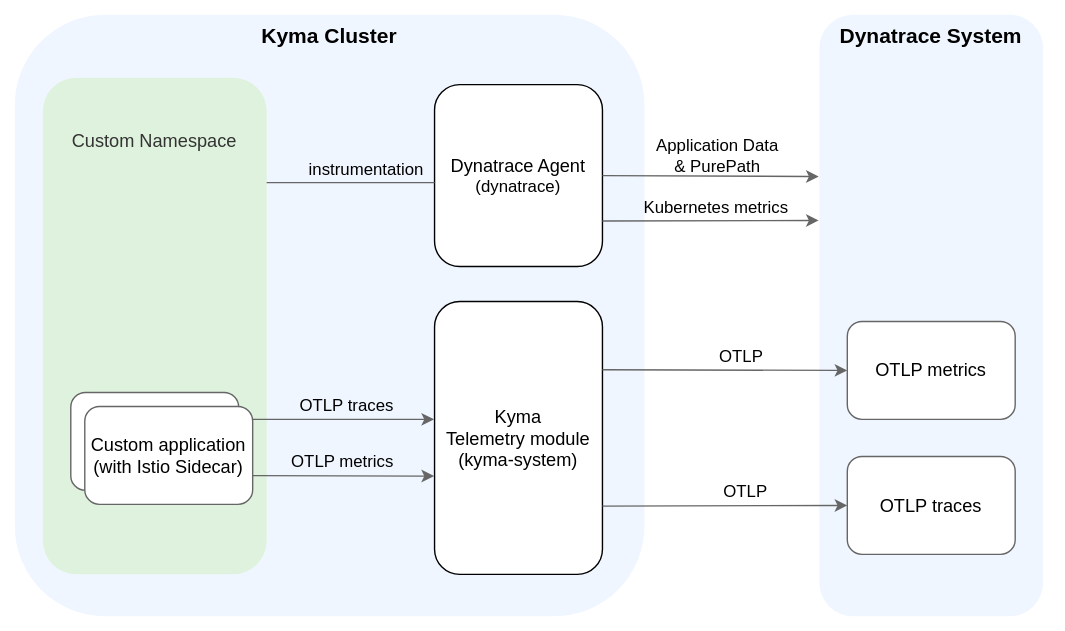
This is docs/user/integration/assets/dynatrace.drawio.svg from kyma-project/telemetry-manager, a draw.io export, as it was before one commit. Source tidied: cells renumbered, new cells last; positions are measured from the earlier drawing's top-left corner, leaving out a move shared by most shapes. Source of this version:
```xml
<mxGraphModel background="#FFFFFF">
  <root>
    <mxCell id="0" />
    <mxCell id="1" parent="0" />
    <mxCell id="2" style="rounded=0;whiteSpace=wrap;html=1;strokeColor=none;" parent="1" vertex="1">
      <mxGeometry width="760" height="450" as="geometry" />
    </mxCell>
    <mxCell id="3" value="&lt;b&gt;&lt;font style=&quot;font-size: 15px;&quot;&gt;Kyma Cluster&lt;br&gt;&lt;/font&gt;&lt;/b&gt;" style="rounded=1;whiteSpace=wrap;html=1;fillColor=#F0F6FF;strokeColor=none;verticalAlign=top;" parent="1" vertex="1">
      <mxGeometry x="10" y="10" width="450" height="430" as="geometry" />
    </mxCell>
    <mxCell id="4" value="&lt;font style=&quot;font-size: 13px;&quot;&gt;Custom Namespace&lt;br&gt;&lt;br&gt;&lt;br&gt;&lt;br&gt;&lt;br&gt;&lt;br&gt;&lt;br&gt;&lt;br&gt;&lt;br&gt;&lt;br&gt;&lt;br&gt;&lt;br&gt;&lt;br&gt;&lt;br&gt;&lt;br&gt;&lt;br&gt;&lt;br&gt;&lt;br&gt;&lt;/font&gt;" style="rounded=1;whiteSpace=wrap;html=1;fillColor=#DEF2DD;fontColor=#333333;strokeColor=none;" parent="1" vertex="1">
      <mxGeometry x="30" y="55" width="160" height="355" as="geometry" />
    </mxCell>
    <mxCell id="5" value="&lt;font style=&quot;font-size: 13px;&quot;&gt;Kyma &lt;br&gt;Telemetry module&lt;br style=&quot;border-color: var(--border-color);&quot;&gt;(kyma-system)&lt;/font&gt;" style="rounded=1;whiteSpace=wrap;html=1;fillColor=#FFFFFF;strokeColor=default;" parent="1" vertex="1">
      <mxGeometry x="310" y="215" width="120" height="195" as="geometry" />
    </mxCell>
    <mxCell id="6" value="&lt;font style=&quot;font-size: 15px;&quot;&gt;&lt;b&gt;Dynatrace System&lt;br&gt;&lt;/b&gt;&lt;/font&gt;" style="rounded=1;whiteSpace=wrap;html=1;fillColor=#F0F6FF;strokeColor=none;verticalAlign=top;" parent="1" vertex="1">
      <mxGeometry x="585" y="10" width="160" height="430" as="geometry" />
    </mxCell>
    <mxCell id="7" style="edgeStyle=none;rounded=1;jettySize=auto;html=1;exitX=1;exitY=0.25;exitDx=0;exitDy=0;entryX=0;entryY=0.5;entryDx=0;entryDy=0;strokeColor=#666666;" parent="1" edge="1" source="5" target="8">
      <mxGeometry relative="1" as="geometry" />
    </mxCell>
    <mxCell id="8" value="OTLP metrics" style="rounded=1;whiteSpace=wrap;html=1;fontSize=13;fontStyle=0;strokeColor=#666666;" parent="1" vertex="1">
      <mxGeometry x="605" y="229.2" width="120" height="70" as="geometry" />
    </mxCell>
    <mxCell id="9" value="OTLP traces" style="rounded=1;whiteSpace=wrap;html=1;fontSize=13;fontStyle=0;strokeColor=#666666;" parent="1" vertex="1">
      <mxGeometry x="605" y="325.8" width="120" height="70" as="geometry" />
    </mxCell>
    <mxCell id="10" style="edgeStyle=none;rounded=1;jettySize=auto;html=1;exitX=0.985;exitY=0.275;exitDx=0;exitDy=0;entryX=-0.003;entryY=0.432;entryDx=0;entryDy=0;strokeColor=#666666;entryPerimeter=0;exitPerimeter=0;" parent="1" edge="1" source="14" target="5">
      <mxGeometry relative="1" as="geometry" />
    </mxCell>
    <mxCell id="11" value="OTLP traces" style="edgeLabel;html=1;align=center;verticalAlign=middle;labelBackgroundColor=none;fontStyle=0;fontSize=12;" parent="10" vertex="1">
      <mxGeometry x="-0.29" y="2" relative="1" as="geometry">
        <mxPoint x="28" y="-8" as="offset" />
      </mxGeometry>
    </mxCell>
    <mxCell id="12" style="edgeStyle=none;rounded=1;jettySize=auto;html=1;exitX=1.004;exitY=0.849;exitDx=0;exitDy=0;strokeColor=#666666;exitPerimeter=0;entryX=-0.003;entryY=0.64;entryDx=0;entryDy=0;entryPerimeter=0;" parent="1" edge="1" source="14" target="5">
      <mxGeometry relative="1" as="geometry" />
    </mxCell>
    <mxCell id="13" value="OTLP metrics" style="edgeLabel;html=1;align=center;verticalAlign=middle;fontSize=12;fontStyle=0;labelBackgroundColor=none;" parent="12" vertex="1">
      <mxGeometry x="-0.1" y="2" relative="1" as="geometry">
        <mxPoint x="10" y="-8" as="offset" />
      </mxGeometry>
    </mxCell>
    <mxCell id="14" style="rounded=1;whiteSpace=wrap;html=1;fontSize=13;fontStyle=0;strokeColor=#666666;" parent="1" vertex="1">
      <mxGeometry x="50" y="280" width="120" height="70" as="geometry" />
    </mxCell>
    <mxCell id="15" value="&lt;span style=&quot;font-size: 13px;&quot;&gt;Dynatrace Agent&lt;br&gt;&lt;/span&gt;(dynatrace)" style="rounded=1;whiteSpace=wrap;html=1;fillColor=#FFFFFF;strokeColor=default;" parent="1" vertex="1">
      <mxGeometry x="310" y="60" width="120" height="130" as="geometry" />
    </mxCell>
    <mxCell id="16" value="&lt;font style=&quot;font-size: 12px;&quot;&gt;OTLP&lt;/font&gt;" style="edgeLabel;html=1;align=center;verticalAlign=middle;fontStyle=0;labelBackgroundColor=none;fontSize=12;" parent="1" vertex="1">
      <mxGeometry x="527.9" y="257" as="geometry">
        <mxPoint x="1" y="-3" as="offset" />
      </mxGeometry>
    </mxCell>
    <mxCell id="17" value="&lt;font style=&quot;font-size: 12px;&quot;&gt;OTLP&lt;/font&gt;" style="edgeLabel;html=1;align=center;verticalAlign=middle;fontStyle=0;labelBackgroundColor=none;fontSize=12;" parent="1" vertex="1">
      <mxGeometry x="529.9" y="350" as="geometry">
        <mxPoint x="2" as="offset" />
      </mxGeometry>
    </mxCell>
    <mxCell id="18" style="edgeStyle=none;rounded=1;jettySize=auto;html=1;exitX=1;exitY=0.75;exitDx=0;exitDy=0;entryX=0;entryY=0.5;entryDx=0;entryDy=0;strokeColor=#666666;" parent="1" edge="1" source="5" target="9">
      <mxGeometry relative="1" as="geometry" />
    </mxCell>
    <mxCell id="19" style="edgeStyle=orthogonalEdgeStyle;rounded=0;orthogonalLoop=1;jettySize=auto;html=1;exitX=0.5;exitY=1;exitDx=0;exitDy=0;" parent="1" edge="1" source="5" target="5">
      <mxGeometry relative="1" as="geometry" />
    </mxCell>
    <mxCell id="20" style="rounded=1;jettySize=auto;html=1;exitX=1;exitY=0.5;exitDx=0;exitDy=0;strokeColor=#666666;entryX=-0.003;entryY=0.269;entryDx=0;entryDy=0;entryPerimeter=0;" parent="1" edge="1" source="15" target="6">
      <mxGeometry relative="1" as="geometry" />
    </mxCell>
    <mxCell id="21" value="Application Data&lt;br&gt;&amp;amp; PurePath" style="edgeLabel;html=1;align=center;verticalAlign=middle;fontStyle=0;labelBackgroundColor=none;fontSize=12;" parent="20" vertex="1">
      <mxGeometry x="0.22" y="2" relative="1" as="geometry">
        <mxPoint x="-13" y="-13" as="offset" />
      </mxGeometry>
    </mxCell>
    <mxCell id="22" style="rounded=1;jettySize=auto;html=1;exitX=1;exitY=0.75;exitDx=0;exitDy=0;strokeColor=#666666;entryX=-0.003;entryY=0.342;entryDx=0;entryDy=0;entryPerimeter=0;" parent="1" edge="1" source="15" target="6">
      <mxGeometry relative="1" as="geometry" />
    </mxCell>
    <mxCell id="23" value="Kubernetes metrics" style="edgeLabel;html=1;align=center;verticalAlign=middle;fontStyle=0;labelBackgroundColor=none;fontSize=12;" parent="22" vertex="1">
      <mxGeometry x="0.22" y="2" relative="1" as="geometry">
        <mxPoint x="-13" y="-8" as="offset" />
      </mxGeometry>
    </mxCell>
    <mxCell id="24" style="edgeStyle=none;rounded=1;orthogonalLoop=1;jettySize=auto;html=1;exitX=0.985;exitY=0.275;exitDx=0;exitDy=0;strokeColor=#666666;exitPerimeter=0;endArrow=none;endFill=0;" parent="1" edge="1">
      <mxGeometry relative="1" as="geometry">
        <mxPoint x="190" y="130" as="sourcePoint" />
        <mxPoint x="310" y="130" as="targetPoint" />
      </mxGeometry>
    </mxCell>
    <mxCell id="25" value="instrumentation" style="edgeLabel;html=1;align=center;verticalAlign=middle;labelBackgroundColor=none;fontStyle=0;fontSize=12;" parent="24" vertex="1">
      <mxGeometry x="-0.29" y="2" relative="1" as="geometry">
        <mxPoint x="28" y="-8" as="offset" />
      </mxGeometry>
    </mxCell>
    <mxCell id="26" value="Custom application&lt;br&gt;(with Istio Sidecar)" style="rounded=1;whiteSpace=wrap;html=1;fontSize=13;fontStyle=0;strokeColor=#666666;" parent="1" vertex="1">
      <mxGeometry x="60" y="290" width="120" height="70" as="geometry" />
    </mxCell>
  </root>
</mxGraphModel>
```
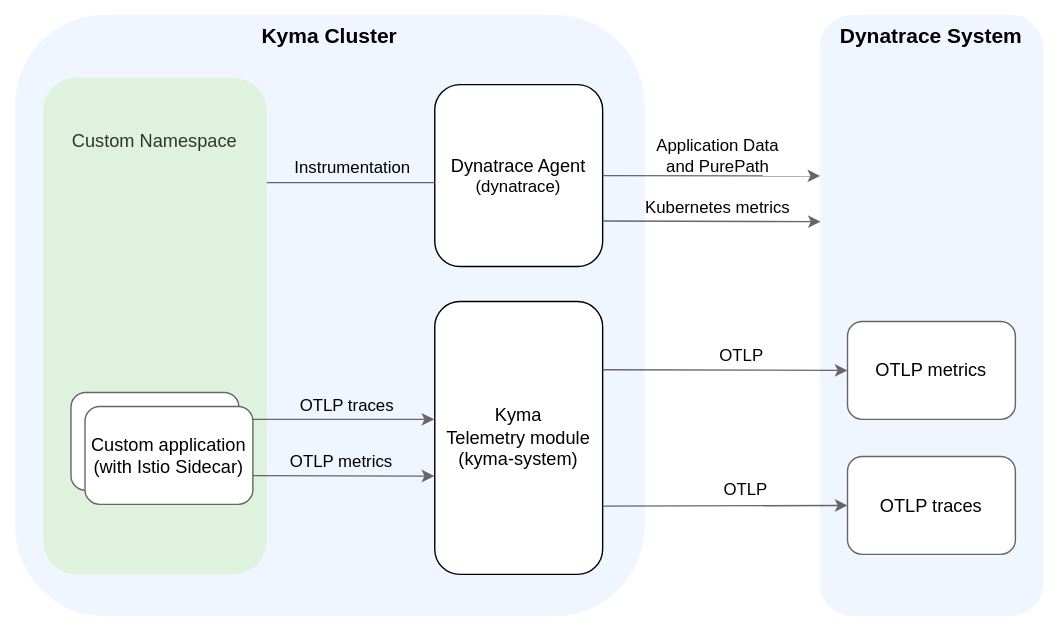
After the commit.

Change to the diagram source:
```diff
@@ -64,15 +64,15 @@
     <mxCell id="19" style="edgeStyle=orthogonalEdgeStyle;rounded=0;orthogonalLoop=1;jettySize=auto;html=1;exitX=0.5;exitY=1;exitDx=0;exitDy=0;" parent="1" edge="1" source="5" target="5">
       <mxGeometry relative="1" as="geometry" />
     </mxCell>
-    <mxCell id="20" style="rounded=1;jettySize=auto;html=1;exitX=1;exitY=0.5;exitDx=0;exitDy=0;strokeColor=#666666;entryX=-0.003;entryY=0.269;entryDx=0;entryDy=0;entryPerimeter=0;" parent="1" edge="1" source="15" target="6">
+    <mxCell id="20" style="rounded=1;jettySize=auto;html=1;exitX=1;exitY=0.5;exitDx=0;exitDy=0;strokeColor=#666666;entryX=0.003;entryY=0.268;entryDx=0;entryDy=0;entryPerimeter=0;" parent="1" edge="1" source="15" target="6">
       <mxGeometry relative="1" as="geometry" />
     </mxCell>
-    <mxCell id="21" value="Application Data&lt;br&gt;&amp;amp; PurePath" style="edgeLabel;html=1;align=center;verticalAlign=middle;fontStyle=0;labelBackgroundColor=none;fontSize=12;" parent="20" vertex="1">
+    <mxCell id="21" value="Application Data&lt;br&gt;and PurePath" style="edgeLabel;html=1;align=center;verticalAlign=middle;fontStyle=0;labelBackgroundColor=none;fontSize=12;" parent="20" vertex="1">
       <mxGeometry x="0.22" y="2" relative="1" as="geometry">
         <mxPoint x="-13" y="-13" as="offset" />
       </mxGeometry>
     </mxCell>
-    <mxCell id="22" style="rounded=1;jettySize=auto;html=1;exitX=1;exitY=0.75;exitDx=0;exitDy=0;strokeColor=#666666;entryX=-0.003;entryY=0.342;entryDx=0;entryDy=0;entryPerimeter=0;" parent="1" edge="1" source="15" target="6">
+    <mxCell id="22" style="rounded=1;jettySize=auto;html=1;exitX=1;exitY=0.75;exitDx=0;exitDy=0;strokeColor=#666666;entryX=0.005;entryY=0.344;entryDx=0;entryDy=0;entryPerimeter=0;" parent="1" edge="1" source="15" target="6">
       <mxGeometry relative="1" as="geometry" />
     </mxCell>
     <mxCell id="23" value="Kubernetes metrics" style="edgeLabel;html=1;align=center;verticalAlign=middle;fontStyle=0;labelBackgroundColor=none;fontSize=12;" parent="22" vertex="1">
@@ -86,9 +86,9 @@
         <mxPoint x="310" y="130" as="targetPoint" />
       </mxGeometry>
     </mxCell>
-    <mxCell id="25" value="instrumentation" style="edgeLabel;html=1;align=center;verticalAlign=middle;labelBackgroundColor=none;fontStyle=0;fontSize=12;" parent="24" vertex="1">
+    <mxCell id="25" value="Instrumentation" style="edgeLabel;html=1;align=center;verticalAlign=middle;labelBackgroundColor=none;fontStyle=0;fontSize=12;" parent="24" vertex="1">
       <mxGeometry x="-0.29" y="2" relative="1" as="geometry">
-        <mxPoint x="28" y="-8" as="offset" />
+        <mxPoint x="18" y="-8" as="offset" />
       </mxGeometry>
     </mxCell>
     <mxCell id="26" value="Custom application&lt;br&gt;(with Istio Sidecar)" style="rounded=1;whiteSpace=wrap;html=1;fontSize=13;fontStyle=0;strokeColor=#666666;" parent="1" vertex="1">
```
